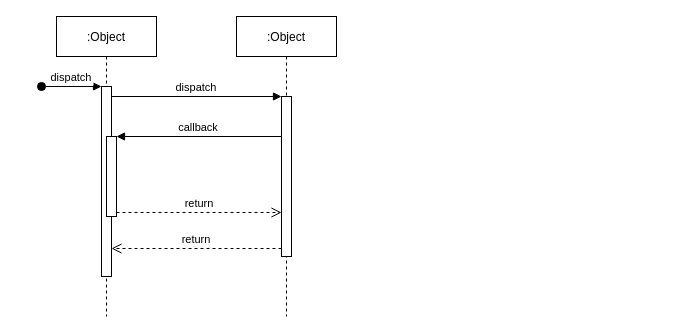
Before: Kemai/星湘源外卖配送时序图.drawio in noobwu/diagrams, a draw.io diagram. Source tidied: cells renumbered, new cells numbered last; positions are measured from the earlier drawing's top-left corner, leaving out a move shared by most shapes. Both pictures are drawn from the tidied source at 100%, with x=0, y=0 at pixel (41, 16).
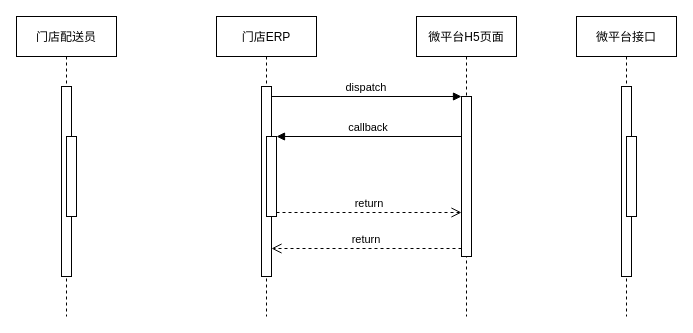
The same diagram, later.

Commit message (it also covers changes not shown here):
Update 星湘源外卖配送时序图.drawio

Change to the diagram source:
```diff
@@
 <mxGraphModel>
   <root>
     <mxCell id="0" />
     <mxCell id="1" parent="0" />
-    <mxCell id="2" value=":Object" style="shape=umlLifeline;perimeter=lifelinePerimeter;rounded=0;shadow=0;strokeWidth=1;" parent="1" vertex="1">
-      <mxGeometry x="15" width="100" height="300" as="geometry" />
+    <mxCell id="2" value="门店ERP" style="shape=umlLifeline;perimeter=lifelinePerimeter;rounded=0;shadow=0;strokeWidth=1;" parent="1" vertex="1">
+      <mxGeometry x="175" width="100" height="300" as="geometry" />
     </mxCell>
     <mxCell id="3" style="points=[];perimeter=orthogonalPerimeter;rounded=0;shadow=0;strokeWidth=1;" parent="2" vertex="1">
       <mxGeometry x="45" y="70" width="10" height="190" as="geometry" />
     </mxCell>
-    <mxCell id="4" value="dispatch" style="verticalAlign=bottom;startArrow=oval;endArrow=block;startSize=8;shadow=0;strokeWidth=1;" parent="2" edge="1" target="3">
-      <mxGeometry relative="1" as="geometry">
-        <mxPoint x="-15" y="70" as="sourcePoint" />
-      </mxGeometry>
-    </mxCell>
     <mxCell id="5" style="points=[];perimeter=orthogonalPerimeter;rounded=0;shadow=0;strokeWidth=1;" parent="2" vertex="1">
       <mxGeometry x="50" y="120" width="10" height="80" as="geometry" />
     </mxCell>
-    <mxCell id="6" value=":Object" style="shape=umlLifeline;perimeter=lifelinePerimeter;rounded=0;shadow=0;strokeWidth=1;" parent="1" vertex="1">
-      <mxGeometry x="195" width="100" height="300" as="geometry" />
+    <mxCell id="6" value="微平台H5页面" style="shape=umlLifeline;perimeter=lifelinePerimeter;rounded=0;shadow=0;strokeWidth=1;" parent="1" vertex="1">
+      <mxGeometry x="375" width="100" height="300" as="geometry" />
     </mxCell>
     <mxCell id="7" style="points=[];perimeter=orthogonalPerimeter;rounded=0;shadow=0;strokeWidth=1;" parent="6" vertex="1">
       <mxGeometry x="45" y="80" width="10" height="160" as="geometry" />
     </mxCell>
     <mxCell id="8" value="return" style="verticalAlign=bottom;endArrow=open;dashed=1;endSize=8;exitX=0;exitY=0.95;shadow=0;strokeWidth=1;" parent="1" edge="1" source="7" target="3">
       <mxGeometry relative="1" as="geometry" />
     </mxCell>
     <mxCell id="9" value="dispatch" style="verticalAlign=bottom;endArrow=block;entryX=0;entryY=0;shadow=0;strokeWidth=1;" parent="1" edge="1" source="3" target="7">
       <mxGeometry relative="1" as="geometry" />
     </mxCell>
     <mxCell id="10" value="callback" style="verticalAlign=bottom;endArrow=block;entryX=1;entryY=0;shadow=0;strokeWidth=1;" parent="1" edge="1" source="7" target="5">
       <mxGeometry relative="1" as="geometry" />
     </mxCell>
     <mxCell id="11" value="return" style="verticalAlign=bottom;endArrow=open;dashed=1;endSize=8;exitX=1;exitY=0.95;shadow=0;strokeWidth=1;" parent="1" edge="1" source="5" target="7">
       <mxGeometry relative="1" as="geometry" />
     </mxCell>
+    <mxCell id="12" value="门店配送员" style="shape=umlLifeline;perimeter=lifelinePerimeter;rounded=0;shadow=0;strokeWidth=1;" parent="1" vertex="1">
+      <mxGeometry x="-25" width="100" height="300" as="geometry" />
+    </mxCell>
+    <mxCell id="13" style="perimeter=orthogonalPerimeter;rounded=0;shadow=0;strokeWidth=1;" parent="12" vertex="1">
+      <mxGeometry x="45" y="70" width="10" height="190" as="geometry" />
+    </mxCell>
+    <mxCell id="14" style="perimeter=orthogonalPerimeter;rounded=0;shadow=0;strokeWidth=1;" parent="12" vertex="1">
+      <mxGeometry x="50" y="120" width="10" height="80" as="geometry" />
+    </mxCell>
+    <mxCell id="15" value="微平台接口" style="shape=umlLifeline;perimeter=lifelinePerimeter;rounded=0;shadow=0;strokeWidth=1;" parent="1" vertex="1">
+      <mxGeometry x="535" width="100" height="300" as="geometry" />
+    </mxCell>
+    <mxCell id="16" style="perimeter=orthogonalPerimeter;rounded=0;shadow=0;strokeWidth=1;" parent="15" vertex="1">
+      <mxGeometry x="45" y="70" width="10" height="190" as="geometry" />
+    </mxCell>
+    <mxCell id="17" style="perimeter=orthogonalPerimeter;rounded=0;shadow=0;strokeWidth=1;" parent="15" vertex="1">
+      <mxGeometry x="50" y="120" width="10" height="80" as="geometry" />
+    </mxCell>
   </root>
 </mxGraphModel>
```
